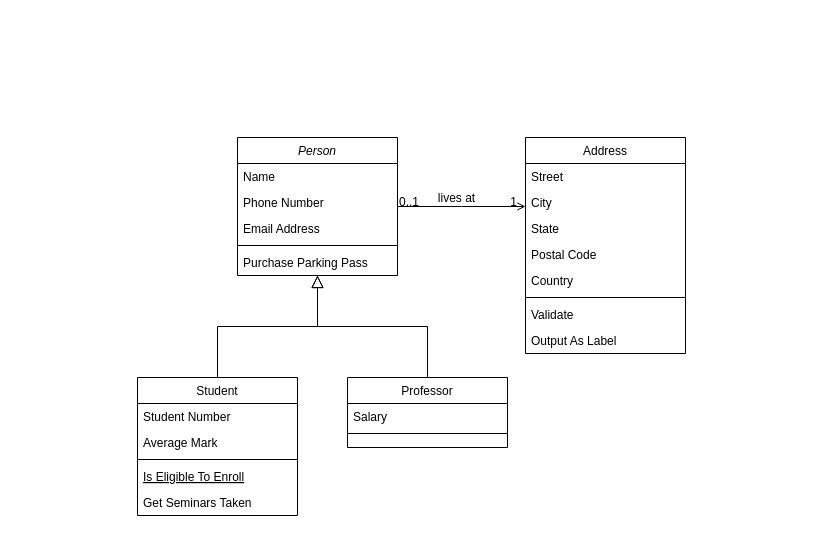
HagChiKiin/HagChiKiin.github.io keeps this draw.io diagram as java_dsa/Biểu đồ không có tiêu đề.drawio. Above is the earlier version. Source tidied: cells renumbered, new cells numbered last; positions are measured from the earlier drawing's top-left corner, leaving out a move shared by most shapes. Both pictures are drawn from the tidied source at 100%, with x=0, y=0 at pixel (137, 137).
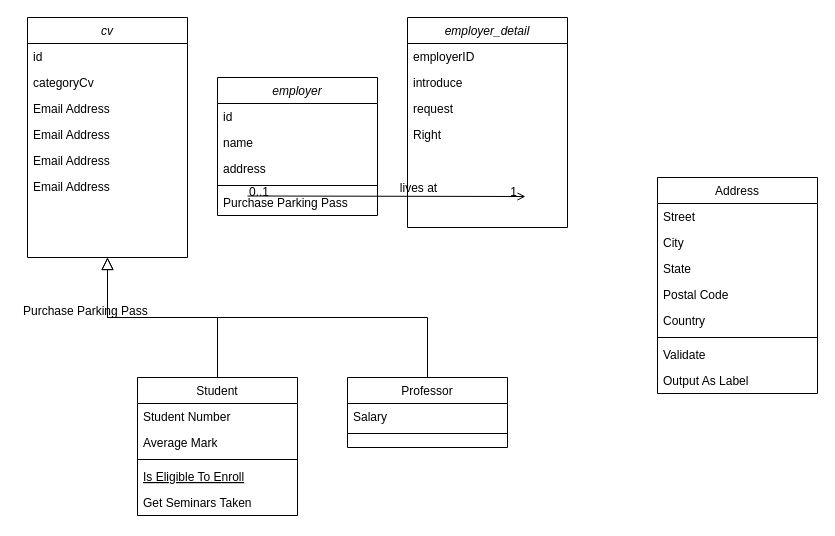
Above is the later version.

Commit message:
Cập nhật Biểu đồ không có tiêu đề.drawio

What changed in the source:
```diff
@@
-    <mxCell id="2" value="Person" style="swimlane;fontStyle=2;align=center;verticalAlign=top;horizontal=1;startSize=26;rounded=0;shadow=0;strokeWidth=1;" parent="1" vertex="1">
-      <mxGeometry x="100" width="160" height="138" as="geometry" />
+    <mxCell id="2" value="cv" style="swimlane;fontStyle=2;align=center;verticalAlign=top;horizontal=1;startSize=26;rounded=0;shadow=0;strokeWidth=1;" parent="1" vertex="1">
+      <mxGeometry x="-110" y="-120" width="160" height="240" as="geometry" />
     </mxCell>
-    <mxCell id="3" value="Name" style="text;align=left;verticalAlign=top;spacingLeft=4;spacingRight=4;overflow=hidden;" parent="2" vertex="1">
+    <mxCell id="3" value="id" style="text;align=left;verticalAlign=top;spacingLeft=4;spacingRight=4;overflow=hidden;" parent="2" vertex="1">
       <mxGeometry y="26" width="160" height="26" as="geometry" />
     </mxCell>
-    <mxCell id="4" value="Phone Number" style="text;align=left;verticalAlign=top;spacingLeft=4;spacingRight=4;overflow=hidden;rounded=0;shadow=0;html=0;" parent="2" vertex="1">
+    <mxCell id="4" value="categoryCv" style="text;align=left;verticalAlign=top;spacingLeft=4;spacingRight=4;overflow=hidden;rounded=0;shadow=0;html=0;" parent="2" vertex="1">
       <mxGeometry y="52" width="160" height="26" as="geometry" />
     </mxCell>
@@
-    <mxCell id="6" style="line;html=1;strokeWidth=1;align=left;verticalAlign=middle;spacingTop=-1;spacingLeft=3;spacingRight=3;labelPosition=right;" parent="2" vertex="1">
-      <mxGeometry y="104" width="160" height="8" as="geometry" />
-    </mxCell>
-    <mxCell id="7" value="Purchase Parking Pass" style="text;align=left;verticalAlign=top;spacingLeft=4;spacingRight=4;overflow=hidden;" parent="2" vertex="1">
-      <mxGeometry y="112" width="160" height="26" as="geometry" />
-    </mxCell>
+    <mxCell id="32" value="Email Address" style="text;align=left;verticalAlign=top;spacingLeft=4;spacingRight=4;overflow=hidden;rounded=0;shadow=0;html=0;" parent="2" vertex="1">
+      <mxGeometry y="104" width="160" height="26" as="geometry" />
+    </mxCell>
+    <mxCell id="33" value="Email Address" style="text;align=left;verticalAlign=top;spacingLeft=4;spacingRight=4;overflow=hidden;rounded=0;shadow=0;html=0;" parent="2" vertex="1">
+      <mxGeometry y="130" width="160" height="26" as="geometry" />
+    </mxCell>
+    <mxCell id="34" value="Email Address" style="text;align=left;verticalAlign=top;spacingLeft=4;spacingRight=4;overflow=hidden;rounded=0;shadow=0;html=0;" parent="2" vertex="1">
+      <mxGeometry y="156" width="160" height="26" as="geometry" />
+    </mxCell>
@@
     <mxCell id="19" value="Address" style="swimlane;fontStyle=0;align=center;verticalAlign=top;horizontal=1;startSize=26;rounded=0;shadow=0;strokeWidth=1;" parent="1" vertex="1">
-      <mxGeometry x="388" width="160" height="216" as="geometry" />
+      <mxGeometry x="520" y="40" width="160" height="216" as="geometry" />
     </mxCell>
@@
-    <mxCell id="28" style="endArrow=open;shadow=0;strokeWidth=1;rounded=0;endFill=1;edgeStyle=elbowEdgeStyle;elbow=vertical;" parent="1" edge="1" source="2" target="19">
+    <mxCell id="28" style="endArrow=open;shadow=0;strokeWidth=1;rounded=0;endFill=1;edgeStyle=elbowEdgeStyle;elbow=vertical;" parent="1" edge="1">
       <mxGeometry x="0.5" y="41" relative="1" as="geometry">
+        <mxPoint x="110" y="58.5" as="sourcePoint" />
+        <mxPoint x="388" y="58.5" as="targetPoint" />
         <mxPoint x="-40" y="32" as="offset" />
       </mxGeometry>
     </mxCell>
@@
+    <mxCell id="35" value="employer" style="swimlane;fontStyle=2;align=center;verticalAlign=top;horizontal=1;startSize=26;rounded=0;shadow=0;strokeWidth=1;" parent="1" vertex="1">
+      <mxGeometry x="80" y="-60" width="160" height="138" as="geometry" />
+    </mxCell>
+    <mxCell id="36" value="id" style="text;align=left;verticalAlign=top;spacingLeft=4;spacingRight=4;overflow=hidden;" parent="35" vertex="1">
+      <mxGeometry y="26" width="160" height="26" as="geometry" />
+    </mxCell>
+    <mxCell id="37" value="name" style="text;align=left;verticalAlign=top;spacingLeft=4;spacingRight=4;overflow=hidden;rounded=0;shadow=0;html=0;" parent="35" vertex="1">
+      <mxGeometry y="52" width="160" height="26" as="geometry" />
+    </mxCell>
+    <mxCell id="38" value="address" style="text;align=left;verticalAlign=top;spacingLeft=4;spacingRight=4;overflow=hidden;rounded=0;shadow=0;html=0;" parent="35" vertex="1">
+      <mxGeometry y="78" width="160" height="26" as="geometry" />
+    </mxCell>
+    <mxCell id="6" style="line;html=1;strokeWidth=1;align=left;verticalAlign=middle;spacingTop=-1;spacingLeft=3;spacingRight=3;labelPosition=right;" parent="35" vertex="1">
+      <mxGeometry y="104" width="160" height="8" as="geometry" />
+    </mxCell>
+    <mxCell id="39" value="Purchase Parking Pass" style="text;align=left;verticalAlign=top;spacingLeft=4;spacingRight=4;overflow=hidden;" parent="35" vertex="1">
+      <mxGeometry y="112" width="160" height="26" as="geometry" />
+    </mxCell>
+    <mxCell id="7" value="Purchase Parking Pass" style="text;align=left;verticalAlign=top;spacingLeft=4;spacingRight=4;overflow=hidden;" parent="1" vertex="1">
+      <mxGeometry x="-120" y="160" width="160" height="26" as="geometry" />
+    </mxCell>
+    <mxCell id="40" value="employer_detail" style="swimlane;fontStyle=2;align=center;verticalAlign=top;horizontal=1;startSize=26;rounded=0;shadow=0;strokeWidth=1;" parent="1" vertex="1">
+      <mxGeometry x="270" y="-120" width="160" height="210" as="geometry" />
+    </mxCell>
+    <mxCell id="41" value="employerID" style="text;align=left;verticalAlign=top;spacingLeft=4;spacingRight=4;overflow=hidden;" parent="40" vertex="1">
+      <mxGeometry y="26" width="160" height="26" as="geometry" />
+    </mxCell>
+    <mxCell id="42" value="introduce" style="text;align=left;verticalAlign=top;spacingLeft=4;spacingRight=4;overflow=hidden;rounded=0;shadow=0;html=0;" parent="40" vertex="1">
+      <mxGeometry y="52" width="160" height="26" as="geometry" />
+    </mxCell>
+    <mxCell id="43" value="request" style="text;align=left;verticalAlign=top;spacingLeft=4;spacingRight=4;overflow=hidden;rounded=0;shadow=0;html=0;" parent="40" vertex="1">
+      <mxGeometry y="78" width="160" height="26" as="geometry" />
+    </mxCell>
+    <mxCell id="44" value="Right" style="text;align=left;verticalAlign=top;spacingLeft=4;spacingRight=4;overflow=hidden;" parent="40" vertex="1">
+      <mxGeometry y="104" width="160" height="26" as="geometry" />
+    </mxCell>
```
